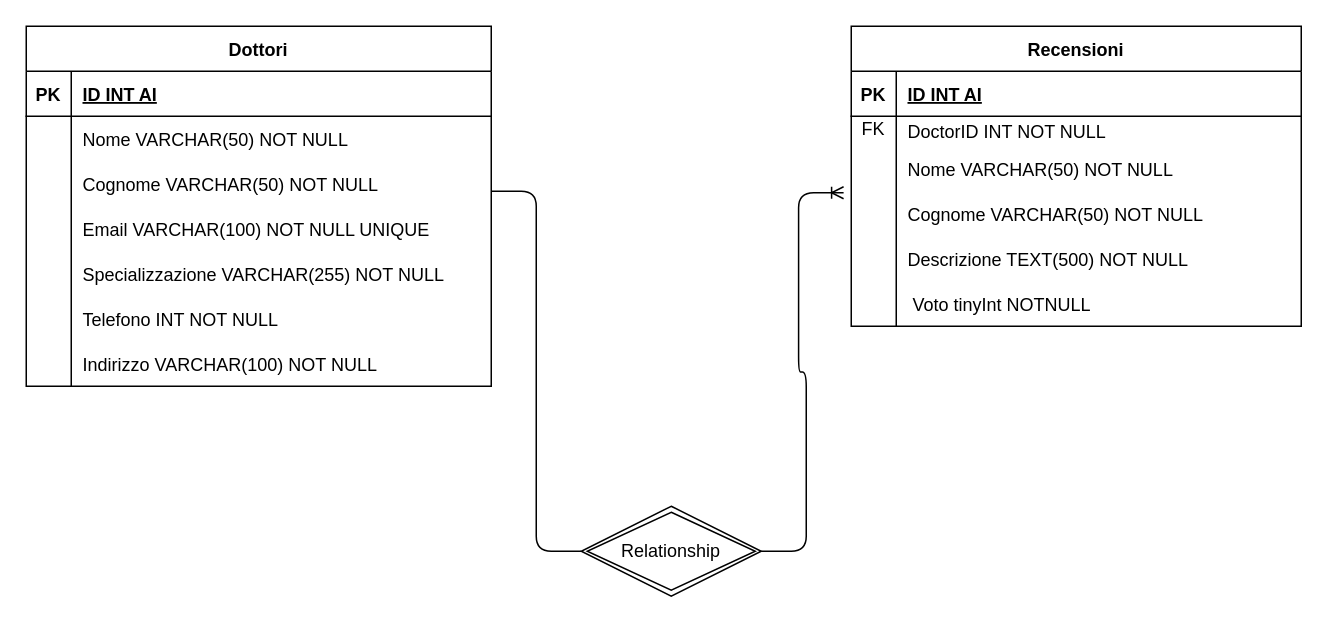
Before: BackEnd/db.drawio in danielaconceicao/BDoctors, a draw.io diagram. Source tidied: cells renumbered, new cells numbered last; positions are measured from the earlier drawing's top-left corner, leaving out a move shared by most shapes. Both pictures are drawn from the tidied source at 150%, with x=0, y=0 at pixel (26, 26).
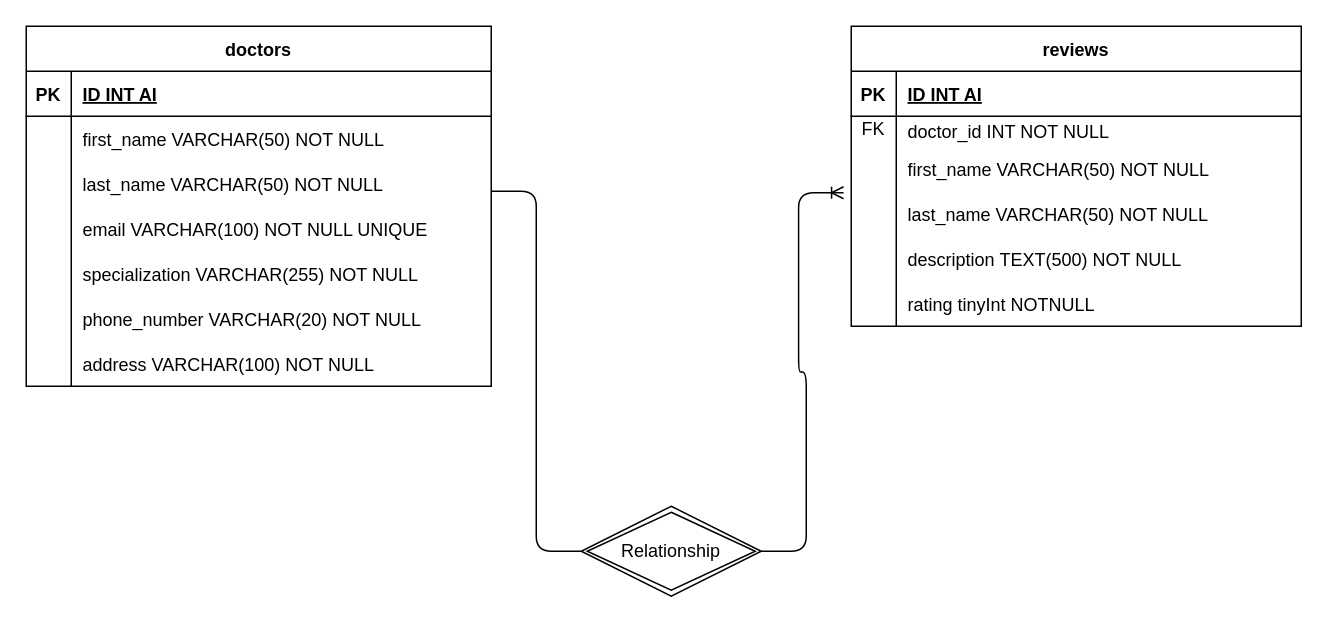
The same diagram, later.

The change refers to these unchanged cells:
```xml
<mxCell id="6" style="shape=tableRow;horizontal=0;startSize=0;swimlaneHead=0;swimlaneBody=0;fillColor=none;top=0;left=0;right=0;bottom=0;" parent="2" vertex="1">
  <mxGeometry y="60" width="310" height="30" as="geometry" />
</mxCell>
<mxCell id="9" style="shape=tableRow;horizontal=0;startSize=0;swimlaneHead=0;swimlaneBody=0;fillColor=none;top=0;left=0;right=0;bottom=0;" parent="2" vertex="1">
  <mxGeometry y="90" width="310" height="30" as="geometry" />
</mxCell>
<mxCell id="12" style="shape=tableRow;horizontal=0;startSize=0;swimlaneHead=0;swimlaneBody=0;fillColor=none;top=0;left=0;right=0;bottom=0;" parent="2" vertex="1">
  <mxGeometry y="120" width="310" height="30" as="geometry" />
</mxCell>
<mxCell id="15" style="shape=tableRow;horizontal=0;startSize=0;swimlaneHead=0;swimlaneBody=0;fillColor=none;top=0;left=0;right=0;bottom=0;" parent="2" vertex="1">
  <mxGeometry y="150" width="310" height="30" as="geometry" />
</mxCell>
<mxCell id="18" style="shape=tableRow;horizontal=0;startSize=0;swimlaneHead=0;swimlaneBody=0;fillColor=none;top=0;left=0;right=0;bottom=0;" parent="2" vertex="1">
  <mxGeometry y="180" width="310" height="30" as="geometry" />
</mxCell>
<mxCell id="21" style="shape=tableRow;horizontal=0;startSize=0;swimlaneHead=0;swimlaneBody=0;fillColor=none;top=0;left=0;right=0;bottom=0;" parent="2" vertex="1">
  <mxGeometry y="210" width="310" height="30" as="geometry" />
</mxCell>
<mxCell id="28" style="shape=tableRow;horizontal=0;startSize=0;swimlaneHead=0;swimlaneBody=0;fillColor=none;top=0;left=0;right=0;bottom=0;" parent="24" vertex="1">
  <mxGeometry y="60" width="300" height="20" as="geometry" />
</mxCell>
<mxCell id="31" style="shape=tableRow;horizontal=0;startSize=0;swimlaneHead=0;swimlaneBody=0;fillColor=none;top=0;left=0;right=0;bottom=0;" parent="24" vertex="1">
  <mxGeometry y="80" width="300" height="30" as="geometry" />
</mxCell>
<mxCell id="34" style="shape=tableRow;horizontal=0;startSize=0;swimlaneHead=0;swimlaneBody=0;fillColor=none;points=[[0,0.5],[1,0.5]];portConstraint=eastwest;top=0;left=0;right=0;bottom=0;" parent="24" vertex="1">
  <mxGeometry y="110" width="300" height="30" as="geometry" />
</mxCell>
<mxCell id="37" style="shape=tableRow;horizontal=0;startSize=0;swimlaneHead=0;swimlaneBody=0;fillColor=none;top=0;left=0;right=0;bottom=0;" parent="24" vertex="1">
  <mxGeometry y="140" width="300" height="30" as="geometry" />
</mxCell>
<mxCell id="40" style="shape=tableRow;horizontal=0;startSize=0;swimlaneHead=0;swimlaneBody=0;fillColor=none;top=0;left=0;right=0;bottom=0;" parent="24" vertex="1">
  <mxGeometry y="170" width="300" height="30" as="geometry" />
</mxCell>
```

What changed in the source:
```diff
@@
-    <mxCell id="2" value=" Dottori " style="shape=table;startSize=30;childLayout=tableLayout;rowLines=0;fontStyle=1;align=center;" parent="1" vertex="1">
+    <mxCell id="2" value="doctors" style="shape=table;startSize=30;childLayout=tableLayout;rowLines=0;fontStyle=1;align=center;" parent="1" vertex="1">
       <mxGeometry width="310" height="240" as="geometry" />
     </mxCell>
@@
-    <mxCell id="8" value="Nome VARCHAR(50) NOT NULL" style="shape=partialRectangle;fillColor=none;top=0;left=0;bottom=0;right=0;align=left;spacingLeft=6;overflow=hidden;" parent="6" vertex="1">
+    <mxCell id="8" value="first_name VARCHAR(50) NOT NULL" style="shape=partialRectangle;fillColor=none;top=0;left=0;bottom=0;right=0;align=left;spacingLeft=6;overflow=hidden;" parent="6" vertex="1">
       <mxGeometry x="30" width="280" height="30" as="geometry" />
     </mxCell>
@@
-    <mxCell id="11" value="Cognome VARCHAR(50) NOT NULL" style="shape=partialRectangle;fillColor=none;top=0;left=0;bottom=0;right=0;align=left;spacingLeft=6;overflow=hidden;" parent="9" vertex="1">
+    <mxCell id="11" value="last_name VARCHAR(50) NOT NULL" style="shape=partialRectangle;fillColor=none;top=0;left=0;bottom=0;right=0;align=left;spacingLeft=6;overflow=hidden;" parent="9" vertex="1">
       <mxGeometry x="30" width="280" height="30" as="geometry" />
     </mxCell>
@@
-    <mxCell id="14" value="Email VARCHAR(100) NOT NULL UNIQUE" style="shape=partialRectangle;fillColor=none;top=0;left=0;bottom=0;right=0;align=left;spacingLeft=6;overflow=hidden;" parent="12" vertex="1">
+    <mxCell id="14" value="email VARCHAR(100) NOT NULL UNIQUE" style="shape=partialRectangle;fillColor=none;top=0;left=0;bottom=0;right=0;align=left;spacingLeft=6;overflow=hidden;" parent="12" vertex="1">
       <mxGeometry x="30" width="280" height="30" as="geometry" />
     </mxCell>
@@
-    <mxCell id="17" value="Specializzazione VARCHAR(255) NOT NULL" style="shape=partialRectangle;fillColor=none;top=0;left=0;bottom=0;right=0;align=left;spacingLeft=6;overflow=hidden;" parent="15" vertex="1">
+    <mxCell id="17" value="specialization VARCHAR(255) NOT NULL" style="shape=partialRectangle;fillColor=none;top=0;left=0;bottom=0;right=0;align=left;spacingLeft=6;overflow=hidden;" parent="15" vertex="1">
       <mxGeometry x="30" width="280" height="30" as="geometry" />
     </mxCell>
@@
-    <mxCell id="20" value="Telefono INT NOT NULL" style="shape=partialRectangle;fillColor=none;top=0;left=0;bottom=0;right=0;align=left;spacingLeft=6;overflow=hidden;" parent="18" vertex="1">
+    <mxCell id="20" value="phone_number VARCHAR(20) NOT NULL" style="shape=partialRectangle;fillColor=none;top=0;left=0;bottom=0;right=0;align=left;spacingLeft=6;overflow=hidden;" parent="18" vertex="1">
       <mxGeometry x="30" width="280" height="30" as="geometry" />
     </mxCell>
@@
-    <mxCell id="23" value="Indirizzo VARCHAR(100) NOT NULL" style="shape=partialRectangle;fillColor=none;top=0;left=0;bottom=0;right=0;align=left;spacingLeft=6;overflow=hidden;" parent="21" vertex="1">
+    <mxCell id="23" value="address VARCHAR(100) NOT NULL" style="shape=partialRectangle;fillColor=none;top=0;left=0;bottom=0;right=0;align=left;spacingLeft=6;overflow=hidden;" parent="21" vertex="1">
       <mxGeometry x="30" width="280" height="30" as="geometry" />
     </mxCell>
-    <mxCell id="24" value="Recensioni" style="shape=table;startSize=30;childLayout=tableLayout;rowLines=0;fontStyle=1;align=center;" parent="1" vertex="1">
+    <mxCell id="24" value="reviews" style="shape=table;startSize=30;childLayout=tableLayout;rowLines=0;fontStyle=1;align=center;" parent="1" vertex="1">
       <mxGeometry x="550" width="300" height="200" as="geometry" />
     </mxCell>
@@
-    <mxCell id="30" value="DoctorID INT NOT NULL" style="shape=partialRectangle;fillColor=none;top=0;left=0;bottom=0;right=0;align=left;spacingLeft=6;overflow=hidden;" parent="28" vertex="1">
+    <mxCell id="30" value="doctor_id INT NOT NULL" style="shape=partialRectangle;fillColor=none;top=0;left=0;bottom=0;right=0;align=left;spacingLeft=6;overflow=hidden;" parent="28" vertex="1">
       <mxGeometry x="30" width="270" height="20" as="geometry" />
     </mxCell>
@@
-    <mxCell id="33" value="Nome VARCHAR(50) NOT NULL" style="shape=partialRectangle;fillColor=none;top=0;left=0;bottom=0;right=0;align=left;spacingLeft=6;overflow=hidden;" parent="31" vertex="1">
+    <mxCell id="33" value="first_name VARCHAR(50) NOT NULL" style="shape=partialRectangle;fillColor=none;top=0;left=0;bottom=0;right=0;align=left;spacingLeft=6;overflow=hidden;" parent="31" vertex="1">
       <mxGeometry x="30" width="270" height="30" as="geometry" />
     </mxCell>
@@
-    <mxCell id="36" value="Cognome VARCHAR(50) NOT NULL" style="shape=partialRectangle;fillColor=none;top=0;left=0;bottom=0;right=0;align=left;spacingLeft=6;overflow=hidden;" parent="34" vertex="1">
+    <mxCell id="36" value="last_name VARCHAR(50) NOT NULL" style="shape=partialRectangle;fillColor=none;top=0;left=0;bottom=0;right=0;align=left;spacingLeft=6;overflow=hidden;" parent="34" vertex="1">
       <mxGeometry x="30" width="270" height="30" as="geometry" />
     </mxCell>
@@
-    <mxCell id="39" value="Descrizione TEXT(500) NOT NULL" style="shape=partialRectangle;fillColor=none;top=0;left=0;bottom=0;right=0;align=left;spacingLeft=6;overflow=hidden;" parent="37" vertex="1">
+    <mxCell id="39" value="description TEXT(500) NOT NULL" style="shape=partialRectangle;fillColor=none;top=0;left=0;bottom=0;right=0;align=left;spacingLeft=6;overflow=hidden;" parent="37" vertex="1">
       <mxGeometry x="30" width="270" height="30" as="geometry" />
     </mxCell>
@@
-    <mxCell id="42" value=" Voto tinyInt NOTNULL" style="shape=partialRectangle;fillColor=none;top=0;left=0;bottom=0;right=0;align=left;spacingLeft=6;overflow=hidden;" parent="40" vertex="1">
+    <mxCell id="42" value="rating tinyInt NOTNULL" style="shape=partialRectangle;fillColor=none;top=0;left=0;bottom=0;right=0;align=left;spacingLeft=6;overflow=hidden;" parent="40" vertex="1">
       <mxGeometry x="30" width="270" height="30" as="geometry" />
     </mxCell>
```
